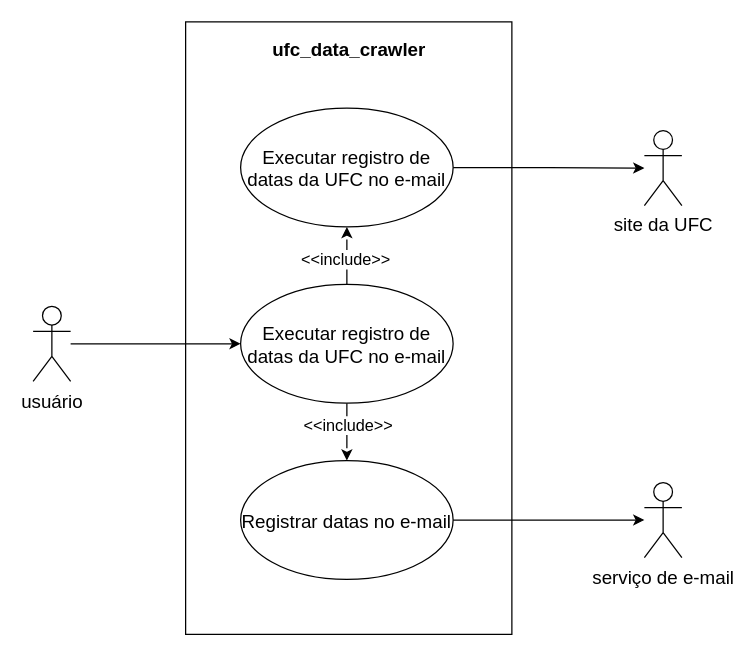
Earlier version of the draw.io diagram docs/_architecture/_draw_io/diagrama_de_caso_de_uso.drawio (williambrunos/ufc-data-crawler). Source tidied: cells renumbered, new cells numbered last; positions are measured from the earlier drawing's top-left corner, leaving out a move shared by most shapes. Both pictures are drawn from the tidied source at 125%, with x=0, y=0 at pixel (32, 21).
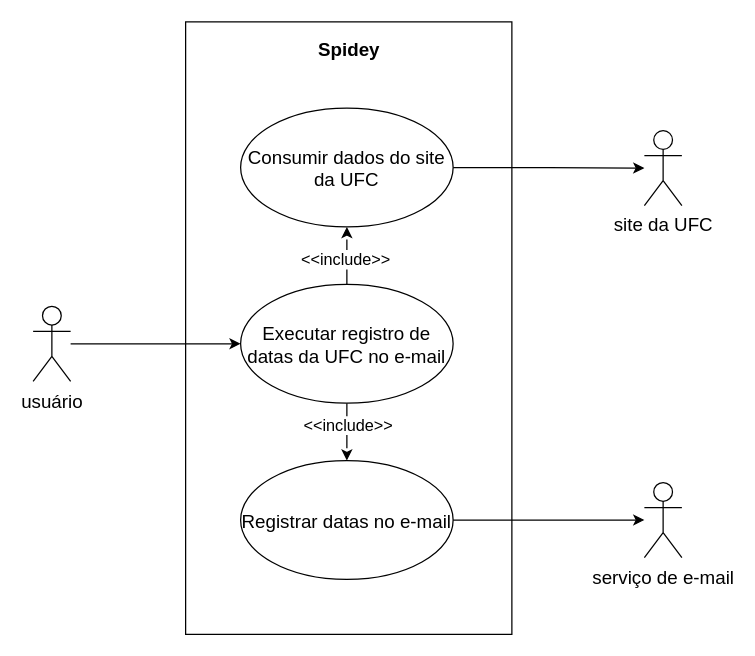
The same page after the edit.

Commit message (it also covers changes not shown here):
feat: adding classes diagram to Spidey

The edit, as a diff of the source:
```diff
@@
 <mxGraphModel>
   <root>
     <mxCell id="0" />
     <mxCell id="1" parent="0" />
     <mxCell id="2" style="rounded=0;whiteSpace=wrap;html=1;" parent="1" vertex="1">
       <mxGeometry x="122" width="261" height="490" as="geometry" />
     </mxCell>
     <mxCell id="3" style="edgeStyle=orthogonalEdgeStyle;rounded=0;jettySize=auto;html=1;entryX=0;entryY=0.5;entryDx=0;entryDy=0;" parent="1" edge="1" source="4" target="9">
       <mxGeometry relative="1" as="geometry" />
     </mxCell>
     <mxCell id="4" value="&lt;font style=&quot;font-size: 15px;&quot;&gt;usuário&lt;/font&gt;" style="shape=umlActor;verticalLabelPosition=bottom;verticalAlign=top;html=1;" parent="1" vertex="1">
       <mxGeometry y="227.5" width="30" height="60" as="geometry" />
     </mxCell>
     <mxCell id="5" style="edgeStyle=orthogonalEdgeStyle;rounded=0;jettySize=auto;html=1;dashed=1;dashPattern=12 12;" parent="1" edge="1" source="9" target="11">
       <mxGeometry relative="1" as="geometry" />
     </mxCell>
     <mxCell id="6" value="&lt;font style=&quot;font-size: 13px;&quot;&gt;&amp;lt;&amp;lt;include&amp;gt;&amp;gt;&lt;/font&gt;" style="edgeLabel;html=1;align=center;verticalAlign=middle;" parent="5" vertex="1">
       <mxGeometry x="-0.24" relative="1" as="geometry" />
     </mxCell>
     <mxCell id="7" style="edgeStyle=orthogonalEdgeStyle;rounded=0;jettySize=auto;html=1;entryX=0.5;entryY=1;entryDx=0;entryDy=0;dashed=1;dashPattern=12 12;" parent="1" edge="1" source="9" target="13">
       <mxGeometry relative="1" as="geometry" />
     </mxCell>
     <mxCell id="8" value="&lt;font style=&quot;font-size: 13px;&quot;&gt;&amp;lt;&amp;lt;include&amp;gt;&amp;gt;&lt;/font&gt;" style="edgeLabel;html=1;align=center;verticalAlign=middle;" parent="7" vertex="1">
       <mxGeometry x="-0.09" y="2" relative="1" as="geometry" />
     </mxCell>
     <mxCell id="9" value="&lt;font style=&quot;font-size: 15px;&quot;&gt;Executar registro de datas da UFC no e-mail&lt;/font&gt;" style="ellipse;whiteSpace=wrap;html=1;" parent="1" vertex="1">
       <mxGeometry x="166" y="210" width="170" height="95" as="geometry" />
     </mxCell>
     <mxCell id="10" style="edgeStyle=orthogonalEdgeStyle;rounded=0;jettySize=auto;html=1;" parent="1" edge="1" source="11" target="15">
       <mxGeometry relative="1" as="geometry" />
     </mxCell>
     <mxCell id="11" value="&lt;font style=&quot;font-size: 15px;&quot;&gt;Registrar datas no e-mail&lt;/font&gt;" style="ellipse;whiteSpace=wrap;html=1;" parent="1" vertex="1">
       <mxGeometry x="166" y="351" width="170" height="95" as="geometry" />
     </mxCell>
     <mxCell id="12" style="edgeStyle=orthogonalEdgeStyle;rounded=0;jettySize=auto;html=1;" parent="1" edge="1" source="13" target="14">
       <mxGeometry relative="1" as="geometry" />
     </mxCell>
-    <mxCell id="13" value="&lt;font style=&quot;font-size: 15px;&quot;&gt;Executar registro de datas da UFC no e-mail&lt;/font&gt;" style="ellipse;whiteSpace=wrap;html=1;" parent="1" vertex="1">
+    <mxCell id="13" value="&lt;font style=&quot;font-size: 15px;&quot;&gt;Consumir dados do site da UFC&lt;/font&gt;" style="ellipse;whiteSpace=wrap;html=1;" parent="1" vertex="1">
       <mxGeometry x="166" y="69" width="170" height="95" as="geometry" />
     </mxCell>
     <mxCell id="14" value="&lt;font style=&quot;font-size: 15px;&quot;&gt;site da UFC&lt;/font&gt;" style="shape=umlActor;verticalLabelPosition=bottom;verticalAlign=top;html=1;" parent="1" vertex="1">
       <mxGeometry x="489" y="87" width="30" height="60" as="geometry" />
     </mxCell>
     <mxCell id="15" value="&lt;font style=&quot;font-size: 15px;&quot;&gt;serviço de e-mail&lt;/font&gt;" style="shape=umlActor;verticalLabelPosition=bottom;verticalAlign=top;html=1;" parent="1" vertex="1">
       <mxGeometry x="489" y="368.5" width="30" height="60" as="geometry" />
     </mxCell>
-    <mxCell id="16" value="&lt;font style=&quot;font-size: 15px;&quot;&gt;&lt;b&gt;ufc_data_crawler&lt;/b&gt;&lt;/font&gt;" style="text;html=1;strokeColor=none;fillColor=none;align=center;verticalAlign=middle;whiteSpace=wrap;rounded=0;" parent="1" vertex="1">
+    <mxCell id="16" value="&lt;span style=&quot;font-size: 15px;&quot;&gt;&lt;b&gt;Spidey&lt;/b&gt;&lt;/span&gt;" style="text;html=1;strokeColor=none;fillColor=none;align=center;verticalAlign=middle;whiteSpace=wrap;rounded=0;" parent="1" vertex="1">
       <mxGeometry x="179.5" y="7" width="146" height="30" as="geometry" />
     </mxCell>
   </root>
 </mxGraphModel>
```
